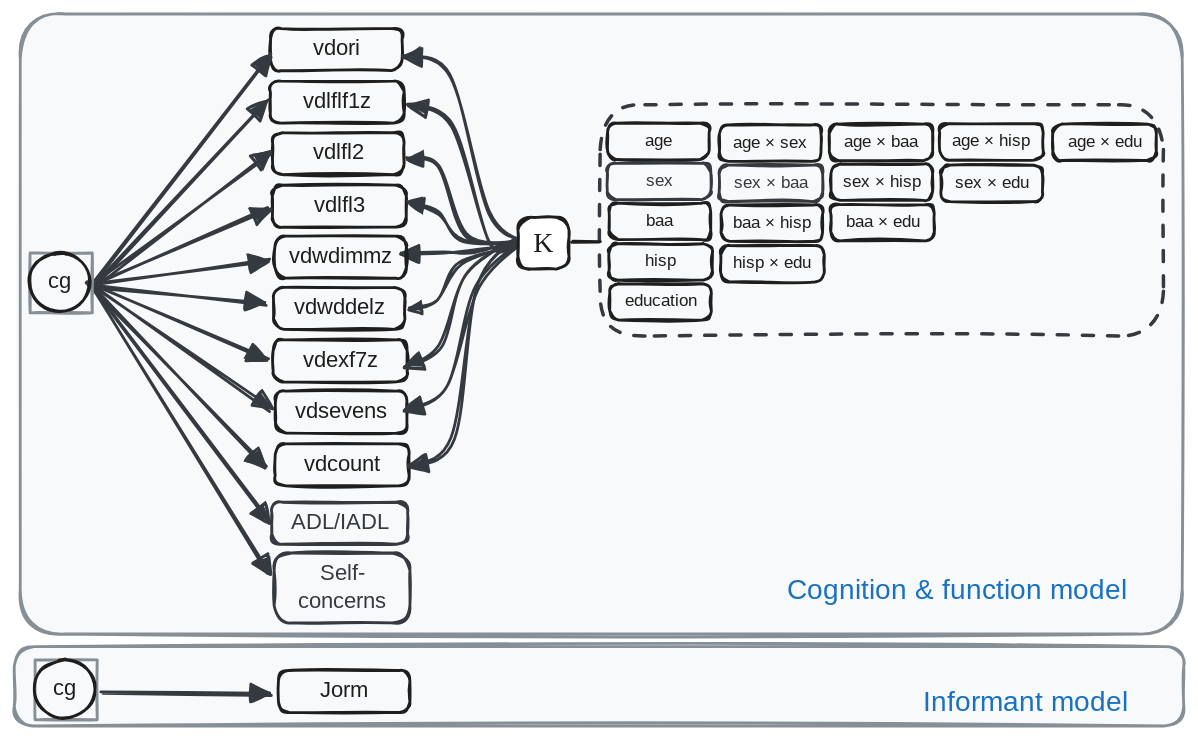
The Excalidraw diagram R/excalidraw/PMM-103-PMM-no-latent.excalidraw.svg in dougtommet/HRS_cog_classification, before a commit. Source tidied: one line per element, renumbered; positions are measured from the earlier drawing's top-left corner, leaving out a move shared by most shapes.
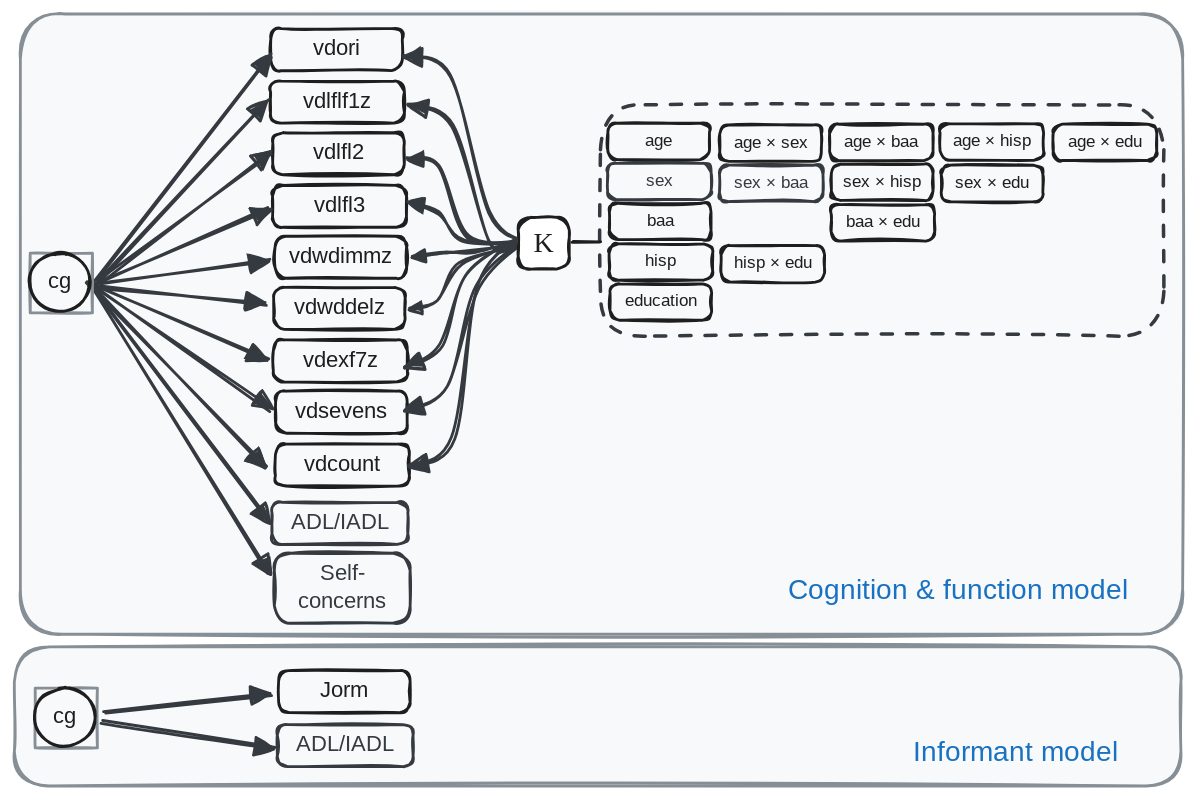
Later version of the same file.

Change to the diagram source:
```diff
@@ -1,4 +1,4 @@
-{"id": 0, "type": "rectangle", "strokeColor": "#868e96", "backgroundColor": "#f8f9fa", "fillStyle": "solid", "strokeWidth": 2, "roughness": 1, "round": true, "x": 0, "y": 452, "width": 836, "height": 57}
+{"id": 0, "type": "rectangle", "strokeColor": "#868e96", "backgroundColor": "#f8f9fa", "fillStyle": "solid", "strokeWidth": 2, "roughness": 1, "round": true, "x": 0, "y": 452, "width": 834, "height": 99}
 {"id": 1, "type": "rectangle", "strokeColor": "#868e96", "backgroundColor": "#f8f9fa", "fillStyle": "solid", "strokeWidth": 2, "roughness": 1, "round": true, "x": 4, "y": 0, "width": 830, "height": 443}
 {"id": 2, "type": "rectangle", "strokeColor": "#1e1e1e", "strokeWidth": 2, "roughness": 1, "round": true, "x": 183, "y": 10, "width": 94, "height": 30}
 {"id": 3, "type": "text", "text": "vdori", "strokeColor": "#1e1e1e", "strokeWidth": 2, "roughness": 1, "fontSize": 16, "fontFamily": 5, "textAlign": "center", "verticalAlign": "middle", "inside": 2, "x": 213, "y": 15, "width": 34, "height": 20}
@@ -29,6 +29,8 @@
 {"id": 28, "type": "text", "text": "Self-\nconcerns", "strokeColor": "#343a40", "strokeWidth": 2, "roughness": 1, "fontSize": 16, "fontFamily": 5, "textAlign": "center", "verticalAlign": "middle", "inside": 27, "x": 201, "y": 390, "width": 66, "height": 40}
 {"id": 29, "type": "rectangle", "strokeColor": "#343a40", "strokeWidth": 2, "roughness": 1, "round": true, "x": 184, "y": 349, "width": 97, "height": 30}
 {"id": 30, "type": "text", "text": "ADL/IADL", "strokeColor": "#343a40", "strokeWidth": 2, "roughness": 1, "fontSize": 16, "fontFamily": 5, "textAlign": "center", "verticalAlign": "middle", "inside": 29, "x": 195, "y": 354, "width": 76, "height": 20}
+{"id": 89, "type": "rectangle", "strokeColor": "#343a40", "strokeWidth": 2, "roughness": 1, "round": true, "x": 188, "y": 508, "width": 97, "height": 30}
+{"id": 90, "type": "text", "text": "ADL/IADL", "strokeColor": "#343a40", "strokeWidth": 2, "roughness": 1, "fontSize": 16, "fontFamily": 5, "textAlign": "center", "verticalAlign": "middle", "inside": 89, "x": 199, "y": 513, "width": 76, "height": 20}
 {"id": 31, "type": "arrow", "strokeColor": "#343a40", "strokeWidth": 2, "roughness": 1, "endArrowhead": "triangle", "round": true, "from": 34, "to": 29, "x": 55, "y": 194, "width": 127, "height": 168, "points": [[0, 0], [127, 168]]}
 {"id": 32, "type": "arrow", "strokeColor": "#343a40", "strokeWidth": 2, "roughness": 1, "endArrowhead": "triangle", "round": true, "from": 34, "to": 27, "x": 55, "y": 195, "width": 127, "height": 206, "points": [[0, 0], [127, 206]]}
 {"id": 33, "type": "rectangle", "strokeColor": "#868e96", "strokeWidth": 2, "roughness": 1, "x": 11, "y": 171, "width": 44, "height": 43}
@@ -38,7 +40,7 @@
 {"id": 37, "type": "arrow", "strokeColor": "#343a40", "strokeWidth": 2, "roughness": 1, "endArrowhead": "triangle", "round": true, "from": 47, "to": 10, "x": 357, "y": 167, "width": 76, "height": 102, "points": [[0, 0], [-18, -5], [-43, -88], [-76, -102]]}
 {"id": 38, "type": "arrow", "strokeColor": "#343a40", "angle": 0.01, "strokeWidth": 2, "roughness": 1, "endArrowhead": "triangle", "round": true, "x": 366, "y": 160, "width": 87, "height": 57, "points": [[0, 0], [-41, -1], [-64, -51], [-87, -57]]}
 {"id": 39, "type": "arrow", "strokeColor": "#343a40", "angle": 0.08, "strokeWidth": 2, "roughness": 1, "endArrowhead": "triangle", "round": true, "x": 370, "y": 161, "width": 91, "height": 24, "points": [[0, 0], [-48, 2], [-68, -16], [-91, -22]]}
-{"id": 40, "type": "arrow", "strokeColor": "#343a40", "angle": 0.08, "strokeWidth": 2, "roughness": 1, "endArrowhead": "triangle", "round": true, "from": 47, "to": 45, "x": 354, "y": 161, "width": 76, "height": 13, "points": [[0, 0], [-27, 8], [-47, 11], [-76, 13]]}
+{"id": 40, "type": "arrow", "strokeColor": "#343a40", "angle": 0.08, "strokeWidth": 2, "roughness": 1, "endArrowhead": "triangle", "round": true, "from": 47, "to": 45, "x": 354, "y": 161, "width": 68, "height": 15, "points": [[0, 0], [-27, 8], [-47, 11], [-68, 15]]}
 {"id": 41, "type": "arrow", "strokeColor": "#343a40", "strokeWidth": 2, "roughness": 1, "endArrowhead": "triangle", "round": true, "from": 47, "to": 16, "x": 366, "y": 156, "width": 84, "height": 166, "points": [[0, 0], [-35, 36], [-53, 147], [-84, 166]]}
 {"id": 42, "type": "arrow", "strokeColor": "#343a40", "strokeWidth": 2, "roughness": 1, "endArrowhead": "triangle", "round": true, "x": 367, "y": 160, "width": 87, "height": 124, "points": [[0, 0], [-36, 35], [-57, 106], [-87, 124]]}
 {"id": 43, "type": "arrow", "strokeColor": "#343a40", "strokeWidth": 2, "roughness": 1, "endArrowhead": "triangle", "round": true, "x": 366, "y": 157, "width": 87, "height": 96, "points": [[0, 0], [-42, 28], [-62, 80], [-87, 96]]}
@@ -59,8 +61,6 @@
 {"id": 58, "type": "text", "text": "hisp", "strokeColor": "#1e1e1e", "strokeWidth": 2, "roughness": 1, "fontSize": 12.36, "fontFamily": 5, "textAlign": "center", "verticalAlign": "middle", "inside": 57, "x": 450, "y": 169, "width": 23, "height": 15}
 {"id": 59, "type": "rectangle", "strokeColor": "#1e1e1e", "strokeWidth": 2, "roughness": 1, "round": true, "x": 504, "y": 79, "width": 73, "height": 26}
 {"id": 60, "type": "text", "text": "age × sex", "strokeColor": "#1e1e1e", "strokeWidth": 2, "roughness": 1, "fontSize": 12.36, "fontFamily": 5, "textAlign": "center", "verticalAlign": "middle", "inside": 59, "x": 511, "y": 85, "width": 58, "height": 15}
-{"id": 61, "type": "rectangle", "strokeColor": "#1e1e1e", "strokeWidth": 2, "roughness": 1, "round": true, "x": 505, "y": 137, "width": 73, "height": 26}
-{"id": 62, "type": "text", "text": "baa × hisp", "strokeColor": "#1e1e1e", "strokeWidth": 2, "roughness": 1, "fontSize": 12.36, "fontFamily": 5, "textAlign": "center", "verticalAlign": "middle", "inside": 61, "x": 511, "y": 142, "width": 61, "height": 15}
 {"id": 63, "type": "rectangle", "strokeColor": "#1e1e1e", "strokeWidth": 2, "roughness": 1, "round": true, "x": 584, "y": 107, "width": 73, "height": 26}
 {"id": 64, "type": "text", "text": "sex × hisp", "strokeColor": "#1e1e1e", "strokeWidth": 2, "roughness": 1, "fontSize": 12.36, "fontFamily": 5, "textAlign": "center", "verticalAlign": "middle", "inside": 63, "x": 590, "y": 112, "width": 61, "height": 15}
 {"id": 65, "type": "rectangle", "strokeColor": "#343a40", "strokeWidth": 2, "roughness": 1, "round": true, "x": 504, "y": 108, "width": 74, "height": 26}
@@ -81,9 +81,10 @@
 {"id": 80, "type": "text", "text": "sex × edu", "strokeColor": "#1e1e1e", "strokeWidth": 2, "roughness": 1, "fontSize": 12.36, "fontFamily": 5, "textAlign": "center", "verticalAlign": "middle", "inside": 79, "x": 669, "y": 113, "width": 58, "height": 15}
 {"id": 81, "type": "rectangle", "strokeColor": "#1e1e1e", "strokeWidth": 2, "roughness": 1, "round": true, "x": 189, "y": 469, "width": 94, "height": 30}
 {"id": 82, "type": "text", "text": "Jorm", "strokeColor": "#1e1e1e", "strokeWidth": 2, "roughness": 1, "fontSize": 16, "fontFamily": 5, "textAlign": "center", "verticalAlign": "middle", "inside": 81, "x": 218, "y": 474, "width": 36, "height": 20}
-{"id": 83, "type": "arrow", "strokeColor": "#343a40", "strokeWidth": 2, "roughness": 1, "endArrowhead": "triangle", "round": true, "to": 81, "x": 64, "y": 486, "width": 120, "height": 0, "points": [[0, 0], [120, 0]]}
+{"id": 83, "type": "arrow", "strokeColor": "#343a40", "strokeWidth": 2, "roughness": 1, "endArrowhead": "triangle", "round": true, "from": 85, "to": 81, "x": 66, "y": 500, "width": 119, "height": 14, "points": [[0, 0], [119, -14]]}
+{"id": 91, "type": "arrow", "strokeColor": "#343a40", "strokeWidth": 2, "roughness": 1, "endArrowhead": "triangle", "round": true, "from": 85, "to": 89, "x": 63, "y": 506, "width": 124, "height": 19, "points": [[0, 0], [124, 19]]}
-{"id": 84, "type": "rectangle", "strokeColor": "#868e96", "strokeWidth": 2, "roughness": 1, "x": 15, "y": 462, "width": 44, "height": 43}
+{"id": 84, "type": "rectangle", "strokeColor": "#868e96", "strokeWidth": 2, "roughness": 1, "x": 15, "y": 482, "width": 44, "height": 43}
-{"id": 85, "type": "ellipse", "strokeColor": "#1e1e1e", "strokeWidth": 2, "roughness": 1, "x": 14, "y": 461, "width": 44, "height": 42}
+{"id": 85, "type": "ellipse", "strokeColor": "#1e1e1e", "strokeWidth": 2, "roughness": 1, "x": 14, "y": 481, "width": 44, "height": 42}
-{"id": 86, "type": "text", "text": "cg", "strokeColor": "#1e1e1e", "strokeWidth": 2, "roughness": 1, "fontSize": 16, "fontFamily": 5, "textAlign": "center", "verticalAlign": "middle", "inside": 85, "x": 28, "y": 473, "width": 15, "height": 20}
+{"id": 86, "type": "text", "text": "cg", "strokeColor": "#1e1e1e", "strokeWidth": 2, "roughness": 1, "fontSize": 16, "fontFamily": 5, "textAlign": "center", "verticalAlign": "middle", "inside": 85, "x": 28, "y": 493, "width": 15, "height": 20}
 {"id": 87, "type": "text", "text": "Cognition & function model", "strokeColor": "#1971c2", "backgroundColor": "#f8f9fa", "fillStyle": "solid", "strokeWidth": 2, "roughness": 1, "fontSize": 20, "fontFamily": 5, "x": 553, "y": 400, "width": 260, "height": 25}
-{"id": 88, "type": "text", "text": "Informant model", "strokeColor": "#1971c2", "backgroundColor": "#f8f9fa", "fillStyle": "solid", "strokeWidth": 2, "roughness": 1, "fontSize": 20, "fontFamily": 5, "x": 650, "y": 481, "width": 159, "height": 25}
+{"id": 88, "type": "text", "text": "Informant model", "strokeColor": "#1971c2", "backgroundColor": "#f8f9fa", "fillStyle": "solid", "strokeWidth": 2, "roughness": 1, "fontSize": 20, "fontFamily": 5, "x": 642, "y": 516, "width": 159, "height": 25}
```
